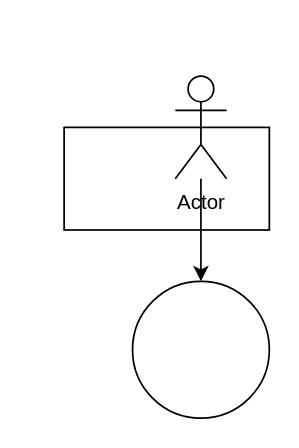
The draw.io diagram Diagram bez názvu.drawio in DavidBulawa98/CalendarApp, before the edit. Source tidied: cells renumbered, new cells numbered last; positions are measured from the earlier drawing's top-left corner, leaving out a move shared by most shapes. Both pictures are drawn from the tidied source at 171%, with x=0, y=0 at pixel (63, 75).
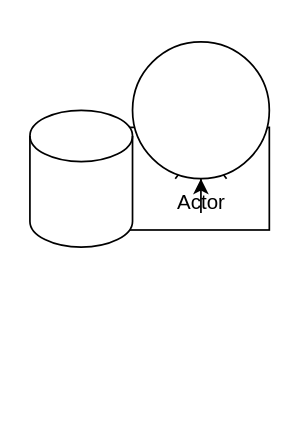
After the change.

Change to the diagram source:
```diff
@@
 <mxGraphModel>
   <root>
     <mxCell id="0" />
     <mxCell id="1" parent="0" />
     <mxCell id="2" style="rounded=0;whiteSpace=wrap;html=1;" parent="1" vertex="1">
       <mxGeometry y="30" width="120" height="60" as="geometry" />
     </mxCell>
     <mxCell id="3" style="edgeStyle=orthogonalEdgeStyle;rounded=0;jettySize=auto;html=1;" parent="1" edge="1" source="4" target="5">
       <mxGeometry relative="1" as="geometry" />
     </mxCell>
     <mxCell id="4" value="Actor" style="shape=umlActor;verticalLabelPosition=bottom;verticalAlign=top;html=1;outlineConnect=0;" parent="1" vertex="1">
       <mxGeometry x="65" width="30" height="60" as="geometry" />
     </mxCell>
     <mxCell id="5" style="ellipse;whiteSpace=wrap;html=1;verticalAlign=top;" parent="1" vertex="1">
-      <mxGeometry x="40" y="120" width="80" height="80" as="geometry" />
+      <mxGeometry x="40" y="-20" width="80" height="80" as="geometry" />
     </mxCell>
+    <mxCell id="6" style="shape=cylinder3;whiteSpace=wrap;html=1;boundedLbl=1;backgroundOutline=1;size=15;" parent="1" vertex="1">
+      <mxGeometry x="-20" y="20" width="60" height="80" as="geometry" />
+    </mxCell>
   </root>
 </mxGraphModel>
```
